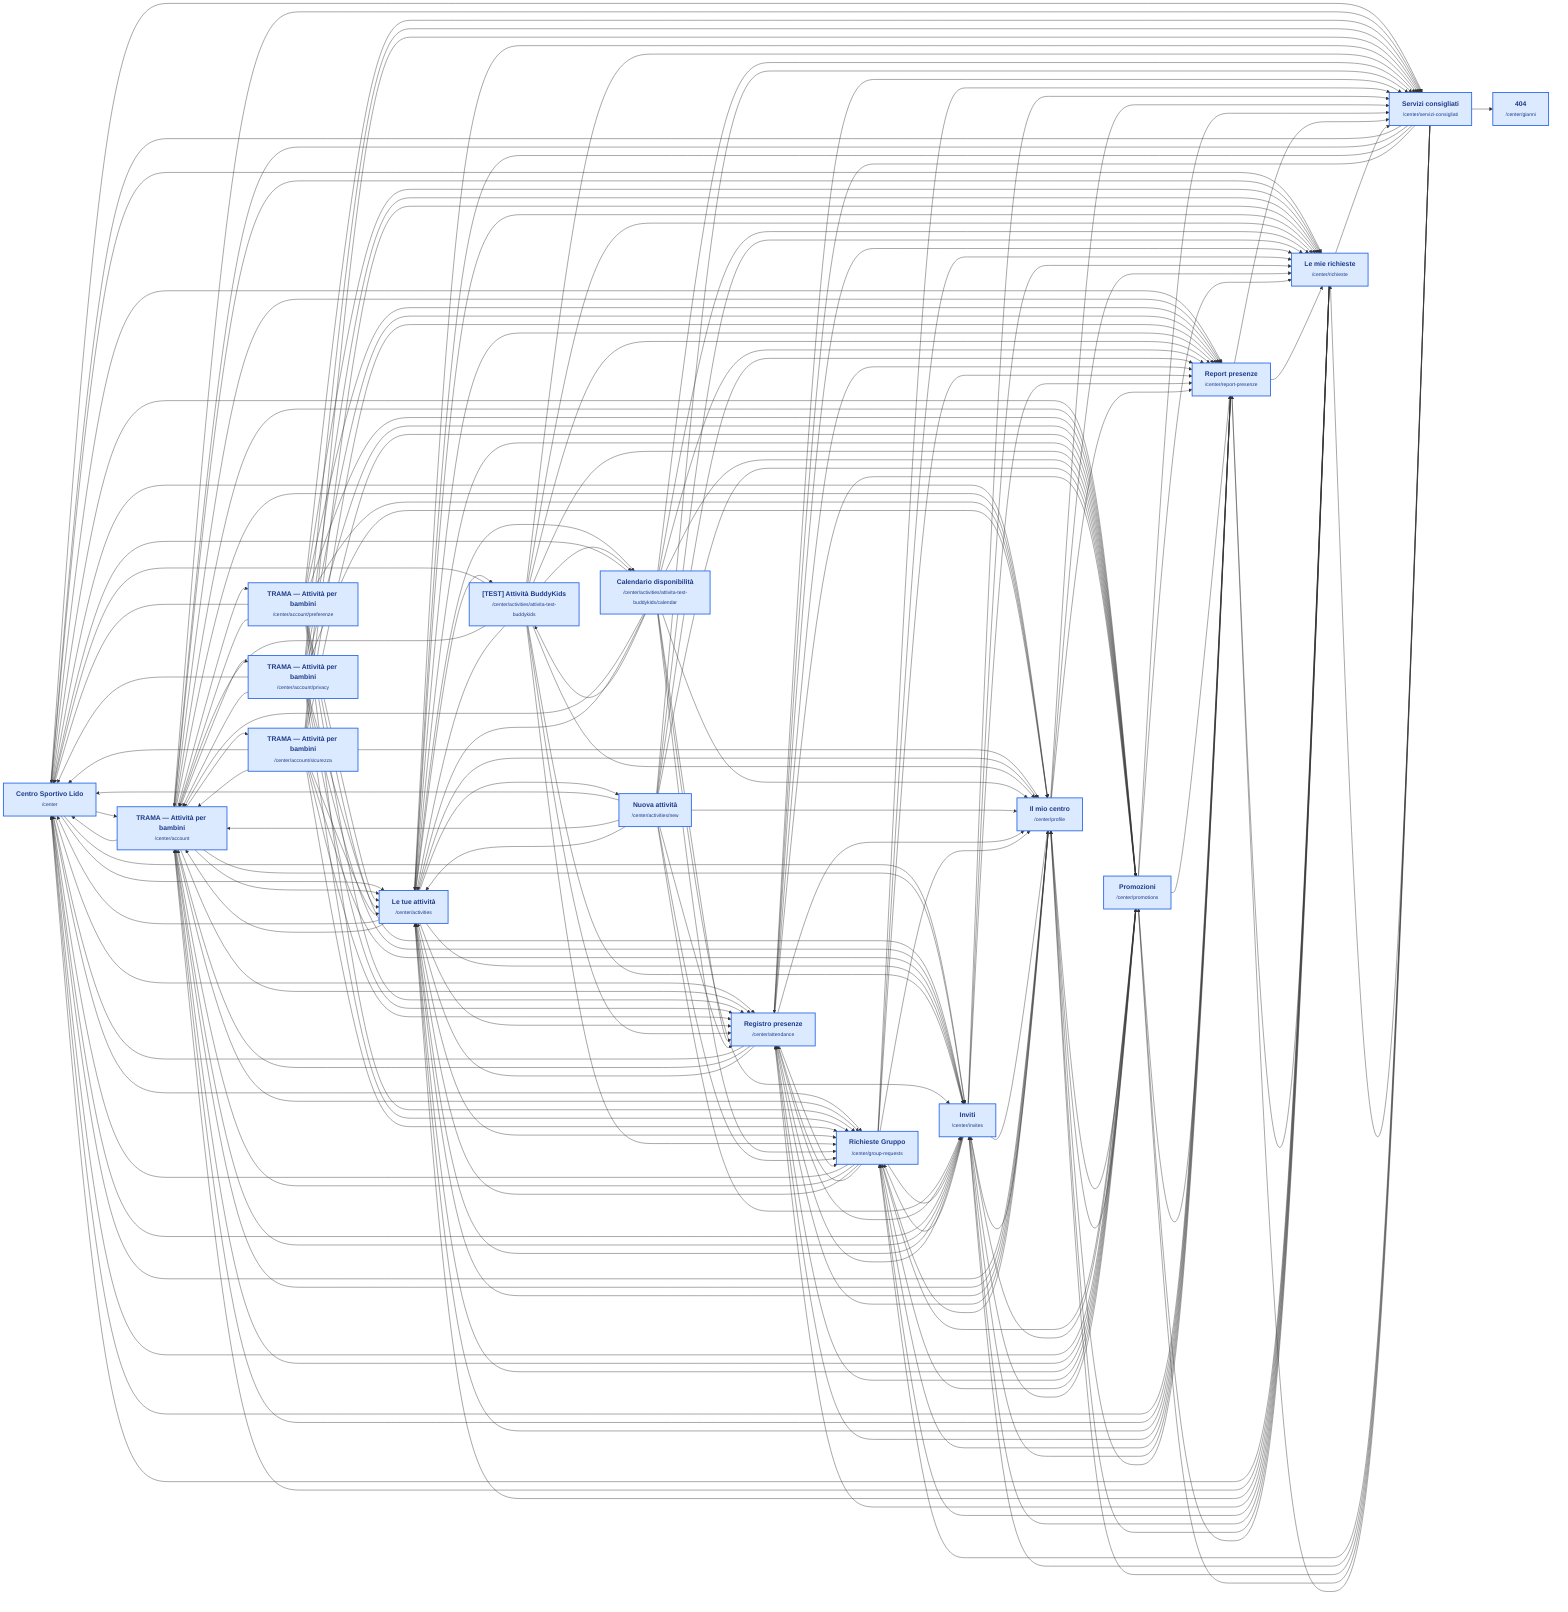
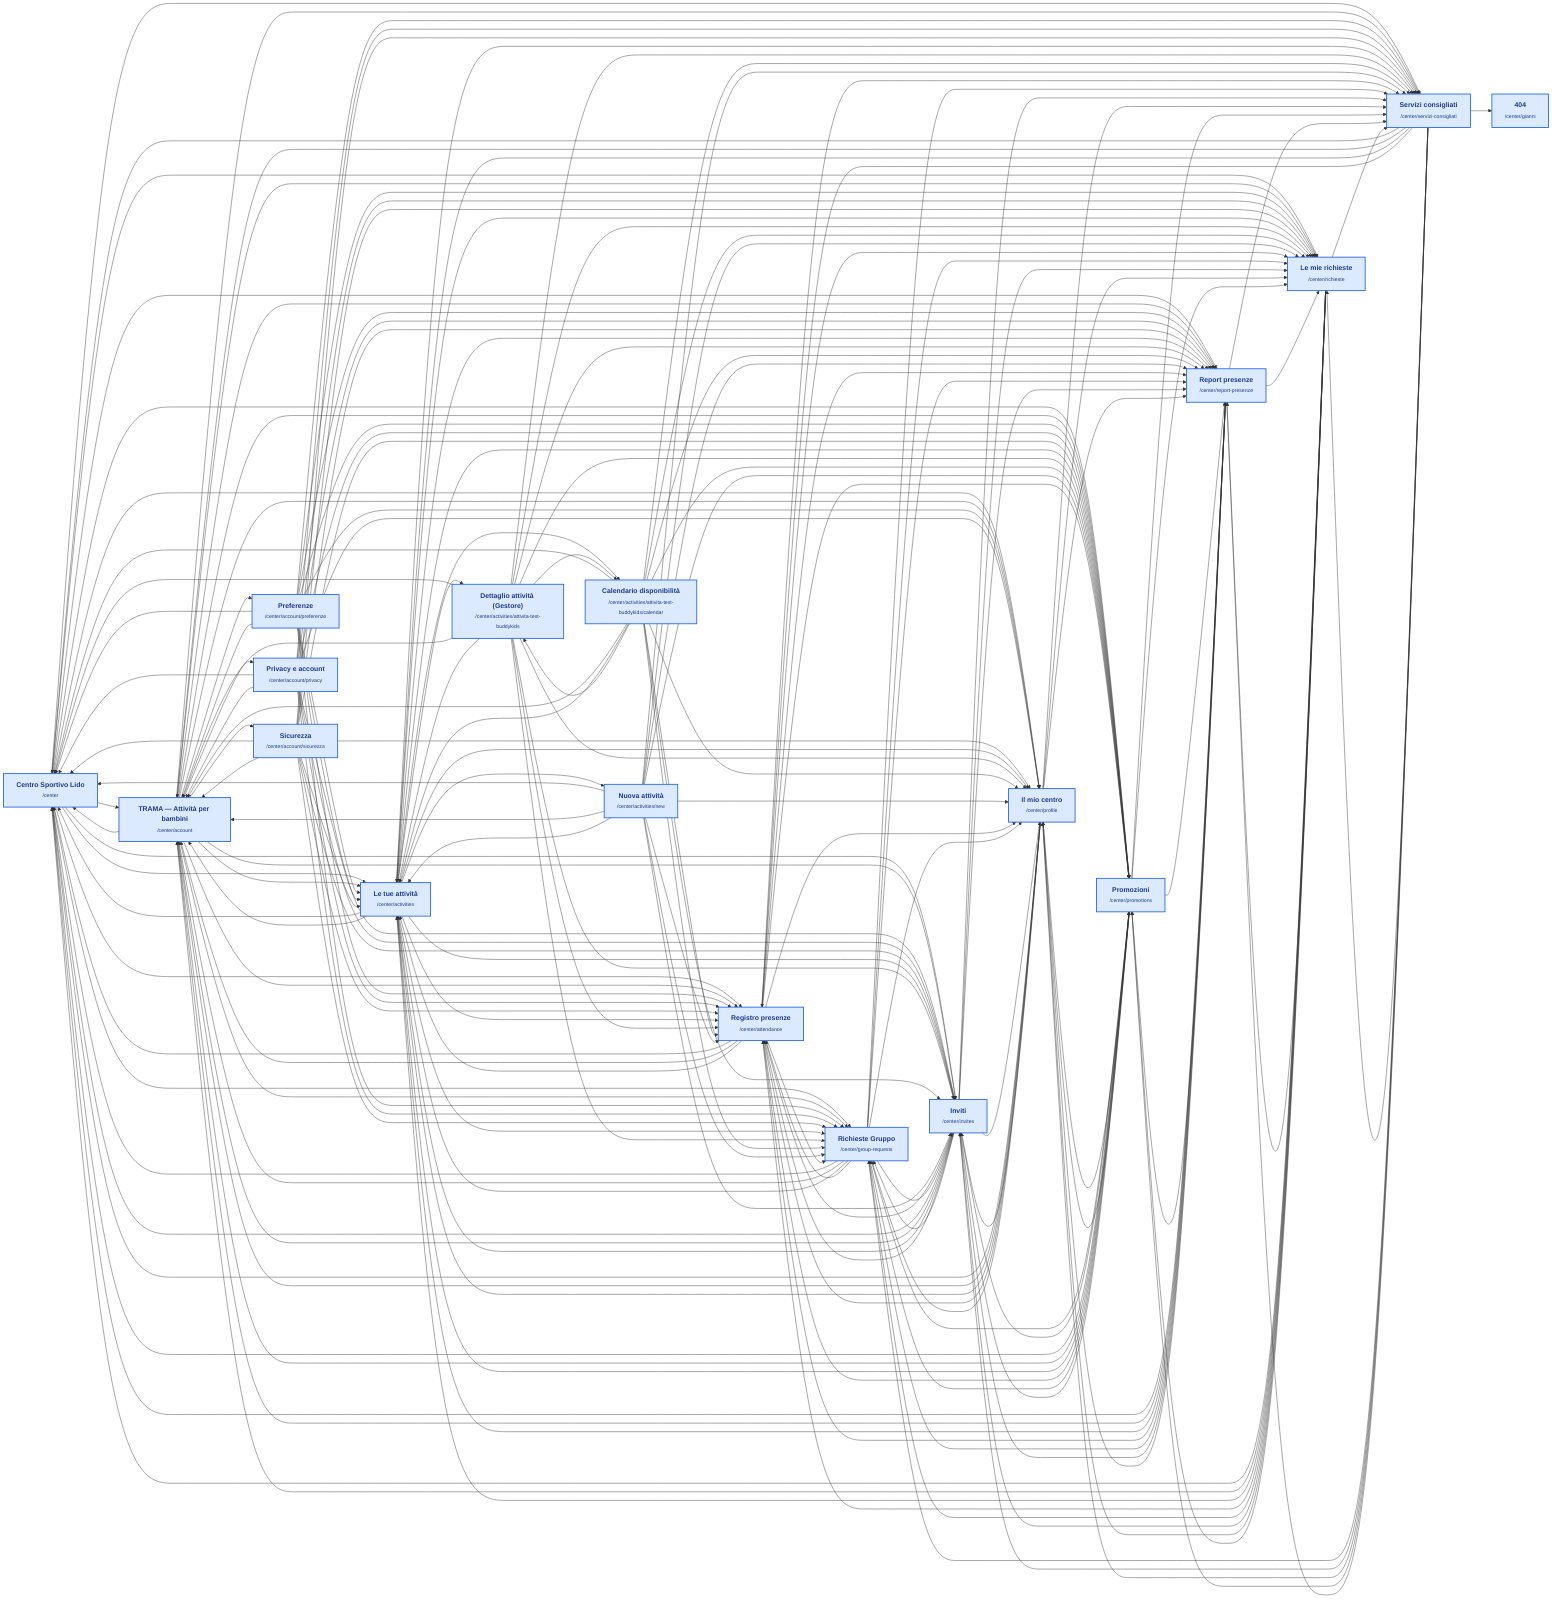
flowchart LR
  N0["<b>Centro Sportivo Lido</b><br/><span style='font-size:12px'>/center</span>"]:::partner
  N1["<b>TRAMA — Attività per bambini</b><br/><span style='font-size:12px'>/center/account</span>"]:::partner
-   N2["<b>TRAMA — Attività per bambini</b><br/><span style='font-size:12px'>/center/account/preferenze</span>"]:::partner
-   N3["<b>TRAMA — Attività per bambini</b><br/><span style='font-size:12px'>/center/account/privacy</span>"]:::partner
-   N4["<b>TRAMA — Attività per bambini</b><br/><span style='font-size:12px'>/center/account/sicurezza</span>"]:::partner
+   N2["<b>Preferenze</b><br/><span style='font-size:12px'>/center/account/preferenze</span>"]:::partner
+   N3["<b>Privacy e account</b><br/><span style='font-size:12px'>/center/account/privacy</span>"]:::partner
+   N4["<b>Sicurezza</b><br/><span style='font-size:12px'>/center/account/sicurezza</span>"]:::partner
  N5["<b>Le tue attività</b><br/><span style='font-size:12px'>/center/activities</span>"]:::partner
-   N6["<b>[TEST] Attività BuddyKids</b><br/><span style='font-size:12px'>/center/activities/attivita-test-buddykids</span>"]:::partner
+   N6["<b>Dettaglio attività (Gestore)</b><br/><span style='font-size:12px'>/center/activities/attivita-test-buddykids</span>"]:::partner
  N7["<b>Calendario disponibilità</b><br/><span style='font-size:12px'>/center/activities/attivita-test-buddykids/calendar</span>"]:::partner
  N8["<b>Nuova attività</b><br/><span style='font-size:12px'>/center/activities/new</span>"]:::partner
  N9["<b>Registro presenze</b><br/><span style='font-size:12px'>/center/attendance</span>"]:::partner
  N10["<b>404</b><br/><span style='font-size:12px'>/center/gianni</span>"]:::partner
  N11["<b>Richieste Gruppo</b><br/><span style='font-size:12px'>/center/group-requests</span>"]:::partner
  N12["<b>Inviti</b><br/><span style='font-size:12px'>/center/invites</span>"]:::partner
  N13["<b>Il mio centro</b><br/><span style='font-size:12px'>/center/profile</span>"]:::partner
  N14["<b>Promozioni</b><br/><span style='font-size:12px'>/center/promotions</span>"]:::partner
  N15["<b>Report presenze</b><br/><span style='font-size:12px'>/center/report-presenze</span>"]:::partner
  N16["<b>Le mie richieste</b><br/><span style='font-size:12px'>/center/richieste</span>"]:::partner
  N17["<b>Servizi consigliati</b><br/><span style='font-size:12px'>/center/servizi-consigliati</span>"]:::partner
  N0 --> N1
  N0 --> N5
  N0 --> N9
  N0 --> N11
  N0 --> N12
  N0 --> N13
  N0 --> N14
  N0 --> N15
  N0 --> N16
  N0 --> N17
  N1 --> N0
  N1 --> N2
  N1 --> N3
  N1 --> N4
  N1 --> N5
  N1 --> N9
  N1 --> N11
  N1 --> N12
  N1 --> N13
  N1 --> N14
  N1 --> N15
  N1 --> N16
  N1 --> N17
  N2 --> N0
  N2 --> N1
  N2 --> N5
  N2 --> N9
  N2 --> N11
  N2 --> N12
  N2 --> N13
  N2 --> N14
  N2 --> N15
  N2 --> N16
  N2 --> N17
  N3 --> N0
  N3 --> N1
  N3 --> N5
  N3 --> N9
  N3 --> N11
  N3 --> N12
  N3 --> N13
  N3 --> N14
  N3 --> N15
  N3 --> N16
  N3 --> N17
  N4 --> N0
  N4 --> N1
  N4 --> N5
  N4 --> N9
  N4 --> N11
  N4 --> N12
  N4 --> N13
  N4 --> N14
  N4 --> N15
  N4 --> N16
  N4 --> N17
  N5 --> N0
  N5 --> N1
  N5 --> N6
  N5 --> N7
  N5 --> N8
  N5 --> N9
  N5 --> N11
  N5 --> N12
  N5 --> N13
  N5 --> N14
  N5 --> N15
  N5 --> N16
  N5 --> N17
  N6 --> N0
  N6 --> N1
  N6 --> N5
  N6 --> N7
  N6 --> N9
  N6 --> N11
  N6 --> N12
  N6 --> N13
  N6 --> N14
  N6 --> N15
  N6 --> N16
  N6 --> N17
  N7 --> N0
  N7 --> N1
  N7 --> N5
  N7 --> N6
  N7 --> N9
  N7 --> N11
  N7 --> N12
  N7 --> N13
  N7 --> N14
  N7 --> N15
  N7 --> N16
  N7 --> N17
  N8 --> N0
  N8 --> N1
  N8 --> N5
  N8 --> N9
  N8 --> N11
  N8 --> N12
  N8 --> N13
  N8 --> N14
  N8 --> N15
  N8 --> N16
  N8 --> N17
  N9 --> N0
  N9 --> N1
  N9 --> N5
  N9 --> N11
  N9 --> N12
  N9 --> N13
  N9 --> N14
  N9 --> N15
  N9 --> N16
  N9 --> N17
  N11 --> N0
  N11 --> N1
  N11 --> N5
  N11 --> N9
  N11 --> N12
  N11 --> N13
  N11 --> N14
  N11 --> N15
  N11 --> N16
  N11 --> N17
  N12 --> N0
  N12 --> N1
  N12 --> N5
  N12 --> N9
  N12 --> N11
  N12 --> N13
  N12 --> N14
  N12 --> N15
  N12 --> N16
  N12 --> N17
  N13 --> N0
  N13 --> N1
  N13 --> N5
  N13 --> N9
  N13 --> N11
  N13 --> N12
  N13 --> N14
  N13 --> N15
  N13 --> N16
  N13 --> N17
  N14 --> N0
  N14 --> N1
  N14 --> N5
  N14 --> N9
  N14 --> N11
  N14 --> N12
  N14 --> N13
  N14 --> N15
  N14 --> N16
  N14 --> N17
  N15 --> N0
  N15 --> N1
  N15 --> N5
  N15 --> N9
  N15 --> N11
  N15 --> N12
  N15 --> N13
  N15 --> N14
  N15 --> N16
  N15 --> N17
  N16 --> N0
  N16 --> N1
  N16 --> N5
  N16 --> N9
  N16 --> N11
  N16 --> N12
  N16 --> N13
  N16 --> N14
  N16 --> N15
  N16 --> N17
  N17 --> N0
  N17 --> N1
  N17 --> N5
  N17 --> N9
  N17 --> N10
  N17 --> N11
  N17 --> N12
  N17 --> N13
  N17 --> N14
  N17 --> N15
  N17 --> N16
  click N0 "https://buddykids-app.vercel.app/center" "Apri pagina" _blank
  click N1 "https://buddykids-app.vercel.app/center/account" "Apri pagina" _blank
  click N2 "https://buddykids-app.vercel.app/center/account/preferenze" "Apri pagina" _blank
  click N3 "https://buddykids-app.vercel.app/center/account/privacy" "Apri pagina" _blank
  click N4 "https://buddykids-app.vercel.app/center/account/sicurezza" "Apri pagina" _blank
  click N5 "https://buddykids-app.vercel.app/center/activities" "Apri pagina" _blank
  click N6 "https://buddykids-app.vercel.app/center/activities/attivita-test-buddykids" "Apri pagina" _blank
  click N7 "https://buddykids-app.vercel.app/center/activities/attivita-test-buddykids/calendar" "Apri pagina" _blank
  click N8 "https://buddykids-app.vercel.app/center/activities/new" "Apri pagina" _blank
  click N9 "https://buddykids-app.vercel.app/center/attendance" "Apri pagina" _blank
  click N10 "https://buddykids-app.vercel.app/center/gianni" "Apri pagina" _blank
  click N11 "https://buddykids-app.vercel.app/center/group-requests" "Apri pagina" _blank
  click N12 "https://buddykids-app.vercel.app/center/invites" "Apri pagina" _blank
  click N13 "https://buddykids-app.vercel.app/center/profile" "Apri pagina" _blank
  click N14 "https://buddykids-app.vercel.app/center/promotions" "Apri pagina" _blank
  click N15 "https://buddykids-app.vercel.app/center/report-presenze" "Apri pagina" _blank
  click N16 "https://buddykids-app.vercel.app/center/richieste" "Apri pagina" _blank
  click N17 "https://buddykids-app.vercel.app/center/servizi-consigliati" "Apri pagina" _blank

  classDef nextgen fill:#dcfce7,stroke:#15803d,stroke-width:2px,color:#14532d;
  classDef legacy fill:#ffedd5,stroke:#ea580c,stroke-width:2px,color:#7c2d12;
  classDef partner fill:#dbeafe,stroke:#2563eb,stroke-width:2px,color:#1e3a8a;
  classDef admin fill:#f3e8ff,stroke:#9333ea,stroke-width:2px,color:#581c87;